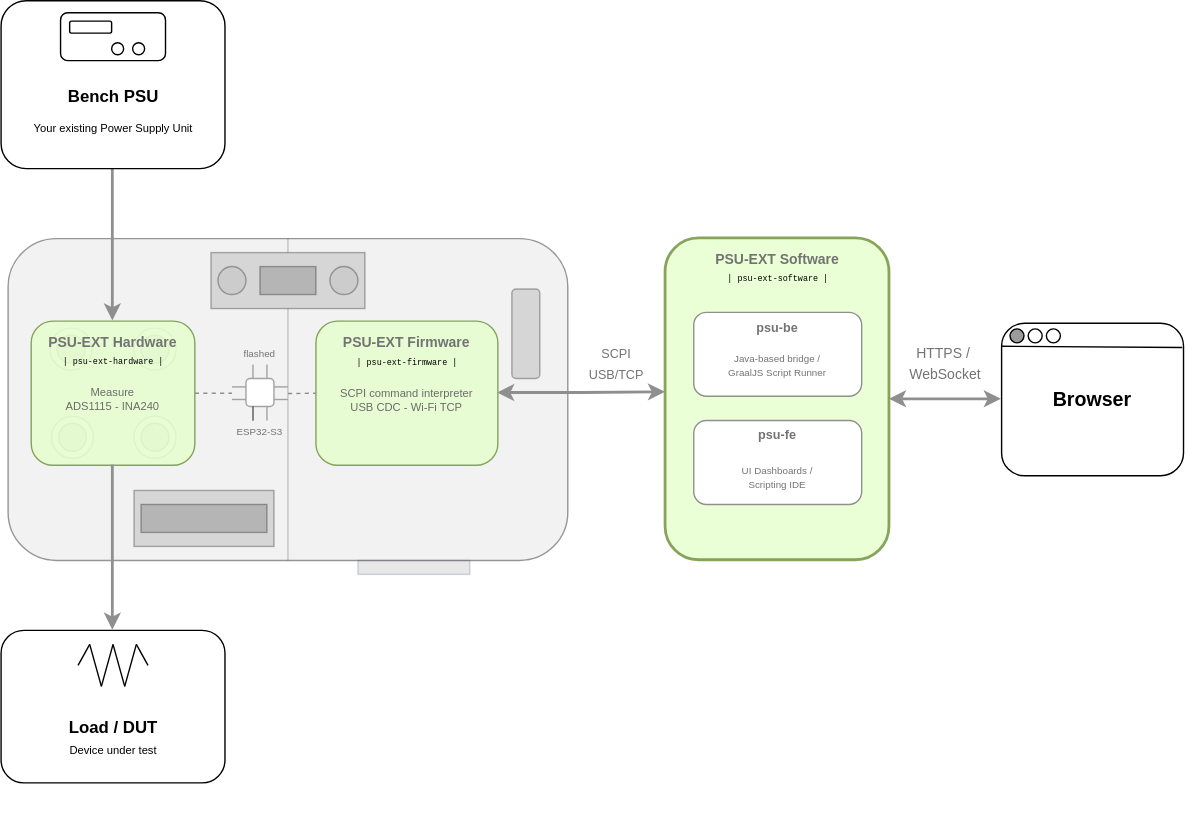
PSU-Ext-Org/.github keeps this draw.io diagram as profile/assets/architecture-v3.svg. Above is the earlier version. Source tidied: cells renumbered, new cells last; positions are measured from the earlier drawing's top-left corner, leaving out a move shared by most shapes.
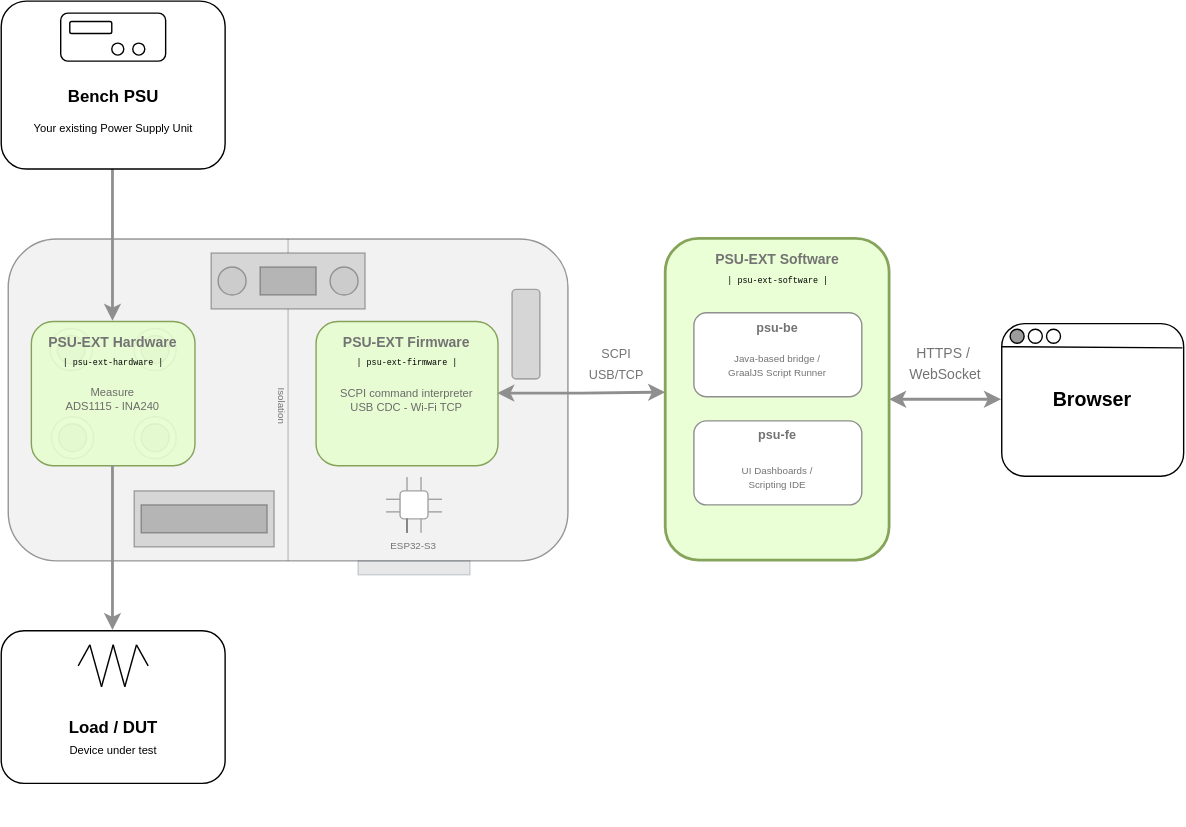
After the commit.

What changed in the source:
```diff
@@ -78,7 +78,7 @@
       <mxGeometry x="155" y="149" width="100" height="10" as="geometry" />
     </mxCell>
     <mxCell id="27" style="group;" parent="2" vertex="1">
-      <mxGeometry x="80" y="170" width="40" height="40" as="geometry" />
+      <mxGeometry x="190" y="250" width="40" height="40" as="geometry" />
     </mxCell>
     <mxCell id="28" style="rounded=1;whiteSpace=wrap;html=1;strokeColor=light-dark(#a2a2a2, #ededed);" parent="27" vertex="1">
       <mxGeometry x="10" y="10" width="20" height="20" as="geometry" />
@@ -143,22 +143,12 @@
     <mxCell id="39" value="&lt;font style=&quot;font-size: 6px;&quot; face=&quot;Courier New&quot;&gt;&lt;span&gt;| psu-ext-firmware |&lt;/span&gt;&lt;/font&gt;" style="text;html=1;whiteSpace=wrap;strokeColor=none;fillColor=none;align=center;verticalAlign=middle;rounded=0;fontStyle=0;" parent="2" vertex="1">
       <mxGeometry x="167.5" y="159.4" width="75" height="14.6" as="geometry" />
     </mxCell>
-    <mxCell id="40" style="endArrow=none;dashed=1;html=1;rounded=0;exitX=1;exitY=0.5;exitDx=0;exitDy=0;strokeColor=light-dark(#8f8f8f, #ededed);" parent="2" edge="1" source="21">
-      <mxGeometry relative="1" as="geometry">
-        <mxPoint x="80" y="190.5" as="targetPoint" />
-      </mxGeometry>
-    </mxCell>
-    <mxCell id="41" style="endArrow=none;dashed=1;html=1;rounded=0;exitX=1;exitY=0.5;exitDx=0;exitDy=0;entryX=0;entryY=0.5;entryDx=0;entryDy=0;strokeColor=light-dark(#8f8f8f, #ededed);" parent="2" edge="1" target="25">
-      <mxGeometry relative="1" as="geometry">
-        <mxPoint x="120" y="190.8" as="sourcePoint" />
-      </mxGeometry>
-    </mxCell>
-    <mxCell id="42" value="&lt;span style=&quot;color: light-dark(rgb(115, 115, 115), rgb(237, 237, 237));&quot;&gt;&lt;font style=&quot;font-size: 7px;&quot;&gt;flashed&lt;/font&gt;&lt;/span&gt;" style="text;html=1;whiteSpace=wrap;strokeColor=none;fillColor=none;align=center;verticalAlign=middle;rounded=0;" parent="2" vertex="1">
-      <mxGeometry x="85" y="154" width="30" height="14.6" as="geometry" />
-    </mxCell>
     <mxCell id="43" value="&lt;span style=&quot;color: light-dark(rgb(115, 115, 115), rgb(237, 237, 237));&quot;&gt;&lt;font style=&quot;font-size: 7px;&quot;&gt;ESP32-S3&lt;/font&gt;&lt;/span&gt;" style="text;html=1;whiteSpace=wrap;strokeColor=none;fillColor=none;align=center;verticalAlign=middle;rounded=0;" parent="2" vertex="1">
-      <mxGeometry x="80" y="210" width="40" height="14.6" as="geometry" />
+      <mxGeometry x="190" y="290" width="40" height="14.6" as="geometry" />
     </mxCell>
+    <mxCell id="86" value="&lt;font color=&quot;#737373&quot;&gt;&lt;span style=&quot;font-size: 7px;&quot;&gt;Isolation&lt;/span&gt;&lt;/font&gt;" style="text;html=1;whiteSpace=wrap;strokeColor=none;fillColor=none;align=center;verticalAlign=middle;rounded=0;rotation=90;" parent="2" vertex="1">
+      <mxGeometry x="97.3" y="192.7" width="40" height="14.6" as="geometry" />
+    </mxCell>
     <mxCell id="44" style="edgeStyle=orthogonalEdgeStyle;rounded=0;jettySize=auto;html=1;entryX=0.5;entryY=0;entryDx=0;entryDy=0;strokeWidth=2;strokeColor=light-dark(#8F8F8F,#EDEDED);" parent="1" edge="1" source="46" target="21">
       <mxGeometry relative="1" as="geometry" />
     </mxCell>
```
